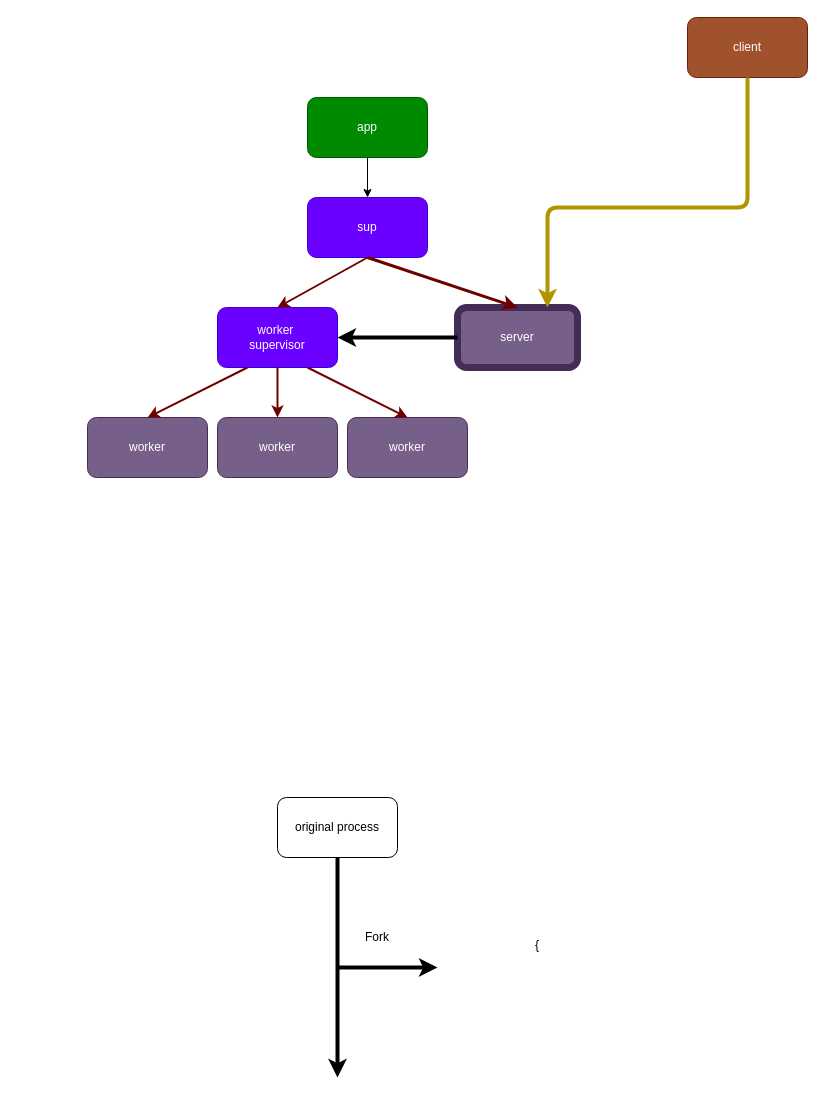
The draw.io diagram schema.drawio in sanzor/EDSS, before the edit. Source tidied: cells renumbered, new cells numbered last; positions are measured from the earlier drawing's top-left corner, leaving out a move shared by most shapes. Both pictures are drawn from the tidied source at 100%, with x=0, y=0 at pixel (87, 17).
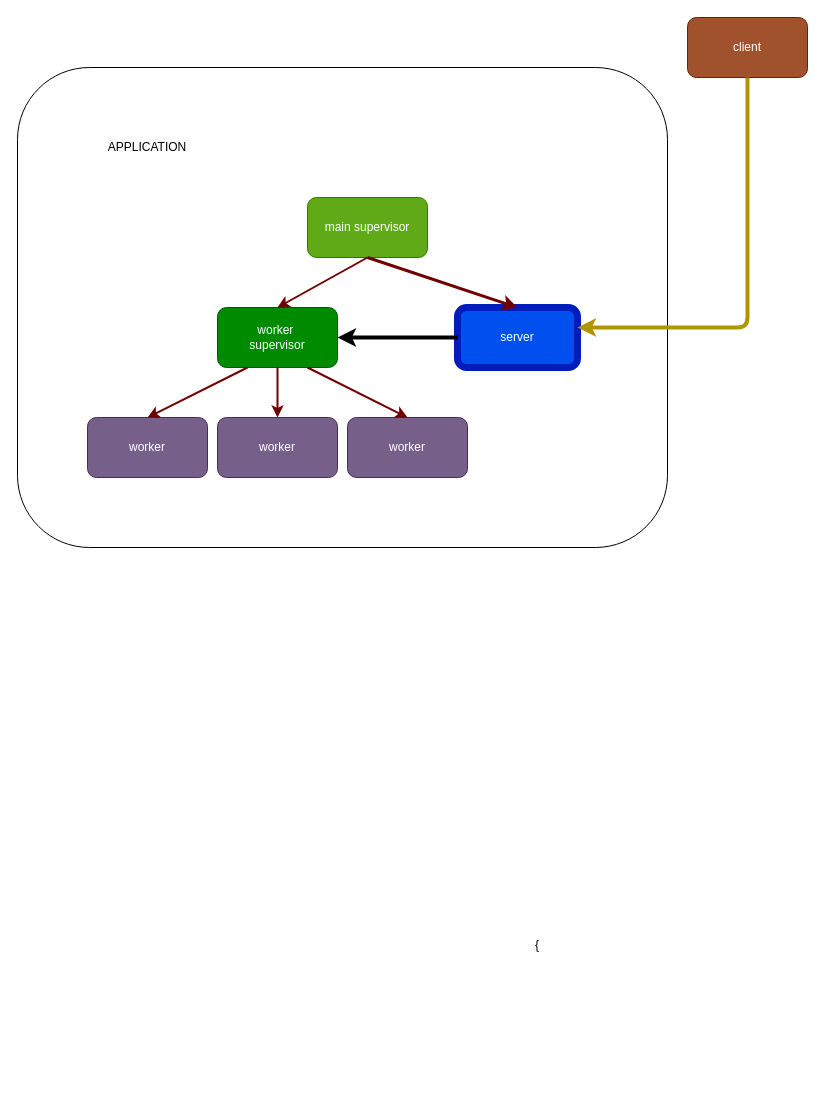
The same page after the edit.

Commit message (it also covers changes not shown here):
added some worker methods

Unchanged cells that the change refers to:
```xml
<mxCell id="6" value="client" style="rounded=1;whiteSpace=wrap;html=1;fillColor=#a0522d;strokeColor=#6D1F00;fontColor=#ffffff;" parent="1" vertex="1">
  <mxGeometry x="600" width="120" height="60" as="geometry" />
</mxCell>
```

Diff of the diagram source:
```diff
@@
-    <mxCell id="2" value="app&lt;br&gt;" style="rounded=1;whiteSpace=wrap;html=1;fillColor=#008a00;strokeColor=#005700;fontColor=#ffffff;" parent="1" vertex="1">
-      <mxGeometry x="220" y="80" width="120" height="60" as="geometry" />
-    </mxCell>
+    <mxCell id="23" style="rounded=1;whiteSpace=wrap;html=1;" parent="1" vertex="1">
+      <mxGeometry x="-70" y="50" width="650" height="480" as="geometry" />
+    </mxCell>
-    <mxCell id="3" value="worker&amp;nbsp;&lt;br&gt;supervisor" style="rounded=1;whiteSpace=wrap;html=1;fillColor=#6a00ff;strokeColor=#3700CC;fontColor=#ffffff;" parent="1" vertex="1">
+    <mxCell id="3" value="worker&amp;nbsp;&lt;br&gt;supervisor" style="rounded=1;whiteSpace=wrap;html=1;fillColor=#008a00;strokeColor=#005700;fontColor=#ffffff;" parent="1" vertex="1">
       <mxGeometry x="130" y="290" width="120" height="60" as="geometry" />
     </mxCell>
-    <mxCell id="4" value="server" style="rounded=1;whiteSpace=wrap;html=1;fillColor=#76608a;strokeColor=#432D57;fontColor=#ffffff;strokeWidth=7;" parent="1" vertex="1">
+    <mxCell id="4" value="server" style="rounded=1;whiteSpace=wrap;html=1;fillColor=#0050ef;strokeColor=#001DBC;fontColor=#ffffff;strokeWidth=7;" parent="1" vertex="1">
       <mxGeometry x="370" y="290" width="120" height="60" as="geometry" />
     </mxCell>
-    <mxCell id="5" value="sup" style="rounded=1;whiteSpace=wrap;html=1;fillColor=#6a00ff;strokeColor=#3700CC;fontColor=#ffffff;" parent="1" vertex="1">
+    <mxCell id="5" value="main supervisor" style="rounded=1;whiteSpace=wrap;html=1;fillColor=#60a917;strokeColor=#2D7600;fontColor=#ffffff;" parent="1" vertex="1">
       <mxGeometry x="220" y="180" width="120" height="60" as="geometry" />
     </mxCell>
@@
-    <mxCell id="10" style="endArrow=classic;html=1;exitX=0.5;exitY=1;exitDx=0;exitDy=0;entryX=0.5;entryY=0;entryDx=0;entryDy=0;" parent="1" edge="1" source="2" target="5">
-      <mxGeometry relative="1" as="geometry" />
-    </mxCell>
@@
-    <mxCell id="16" style="edgeStyle=segmentEdgeStyle;endArrow=classic;html=1;strokeWidth=4;exitX=0.5;exitY=1;exitDx=0;exitDy=0;entryX=0.75;entryY=0;entryDx=0;entryDy=0;fillColor=#e3c800;strokeColor=#B09500;" parent="1" edge="1" source="6" target="4">
+    <mxCell id="16" style="edgeStyle=segmentEdgeStyle;endArrow=classic;html=1;strokeWidth=4;exitX=0.5;exitY=1;exitDx=0;exitDy=0;fillColor=#e3c800;strokeColor=#B09500;" parent="1" edge="1" source="6">
       <mxGeometry relative="1" as="geometry">
+        <mxPoint x="490" y="310" as="targetPoint" />
         <Array as="points">
-          <mxPoint x="660" y="190" />
-          <mxPoint x="460" y="190" />
+          <mxPoint x="660" y="310" />
         </Array>
       </mxGeometry>
     </mxCell>
-    <mxCell id="17" value="original process" style="rounded=1;whiteSpace=wrap;html=1;" parent="1" vertex="1">
-      <mxGeometry x="190" y="780" width="120" height="60" as="geometry" />
-    </mxCell>
-    <mxCell id="18" style="endArrow=classic;html=1;strokeWidth=4;exitX=0.5;exitY=1;exitDx=0;exitDy=0;" parent="1" edge="1" source="17">
-      <mxGeometry relative="1" as="geometry">
-        <mxPoint x="250" y="1060" as="targetPoint" />
-      </mxGeometry>
-    </mxCell>
-    <mxCell id="19" value="Fork" style="text;html=1;strokeColor=none;fillColor=none;align=center;verticalAlign=middle;whiteSpace=wrap;rounded=0;" parent="1" vertex="1">
-      <mxGeometry x="270" y="910" width="40" height="20" as="geometry" />
-    </mxCell>
-    <mxCell id="20" style="endArrow=classic;html=1;strokeWidth=4;" parent="1" edge="1">
-      <mxGeometry relative="1" as="geometry">
-        <mxPoint x="250" y="950" as="sourcePoint" />
-        <mxPoint x="350" y="950" as="targetPoint" />
-      </mxGeometry>
-    </mxCell>
@@
+    <mxCell id="24" value="APPLICATION" style="text;html=1;strokeColor=none;fillColor=none;align=center;verticalAlign=middle;whiteSpace=wrap;rounded=0;" parent="1" vertex="1">
+      <mxGeometry x="40" y="120" width="40" height="20" as="geometry" />
+    </mxCell>
```
